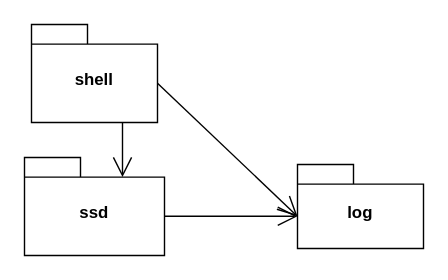
This is page "PackageDiagram" (1 of 2) of src/main/resources/ClassDiagram.drawio from 24CRA-TeamB/SolidStateDrive, a draw.io file, before an edit. Source tidied: cells renumbered, new cells numbered last; positions are measured from the earlier drawing's top-left corner, leaving out a move shared by most shapes. Both pictures are drawn from the tidied source at 140%, with x=0, y=0 at pixel (24, 24).
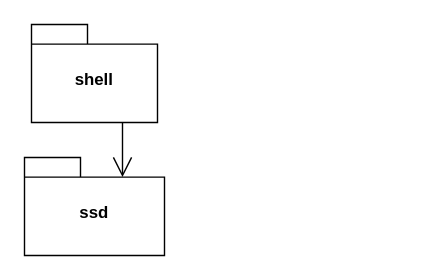
The same diagram, later.

Change to the diagram source:
```diff
@@
 <mxGraphModel>
   <root>
     <mxCell id="0" />
     <mxCell id="1" parent="0" />
-    <mxCell id="2" value="log" style="shape=folder;fontStyle=1;spacingTop=10;tabWidth=40;tabHeight=14;tabPosition=left;html=1;whiteSpace=wrap;" parent="1" vertex="1">
-      <mxGeometry x="195" y="100" width="90" height="60" as="geometry" />
-    </mxCell>
     <mxCell id="3" value="shell" style="shape=folder;fontStyle=1;spacingTop=10;tabWidth=40;tabHeight=14;tabPosition=left;html=1;whiteSpace=wrap;" parent="1" vertex="1">
       <mxGeometry x="5" width="90" height="70" as="geometry" />
     </mxCell>
     <mxCell id="4" value="ssd" style="shape=folder;fontStyle=1;spacingTop=10;tabWidth=40;tabHeight=14;tabPosition=left;html=1;whiteSpace=wrap;" parent="1" vertex="1">
       <mxGeometry y="95" width="100" height="70" as="geometry" />
     </mxCell>
     <mxCell id="5" style="endArrow=open;endFill=1;endSize=12;html=1;rounded=0;entryX=0;entryY=0;entryDx=70;entryDy=14;entryPerimeter=0;" parent="1" edge="1" target="4">
       <mxGeometry relative="1" as="geometry">
         <mxPoint x="70" y="70" as="sourcePoint" />
       </mxGeometry>
     </mxCell>
-    <mxCell id="6" style="endArrow=open;endFill=1;endSize=12;html=1;rounded=0;exitX=0;exitY=0;exitDx=90;exitDy=42;exitPerimeter=0;entryX=0;entryY=0;entryDx=0;entryDy=37;entryPerimeter=0;" parent="1" edge="1" source="3" target="2">
-      <mxGeometry relative="1" as="geometry" />
-    </mxCell>
-    <mxCell id="7" style="endArrow=open;endFill=1;endSize=12;html=1;rounded=0;exitX=0;exitY=0;exitDx=100;exitDy=42;exitPerimeter=0;entryX=0;entryY=0;entryDx=0;entryDy=37;entryPerimeter=0;" parent="1" edge="1" source="4" target="2">
-      <mxGeometry relative="1" as="geometry" />
-    </mxCell>
   </root>
 </mxGraphModel>
```
